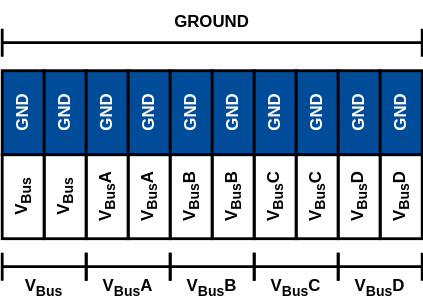
Earlier version of the draw.io export 2_Designunterlagen/stack_pwr.drawio.svg (AUXSPACEeV/AUX-Core). Source tidied: cells renumbered, new cells last; positions are measured from the earlier drawing's top-left corner, leaving out a move shared by most shapes.
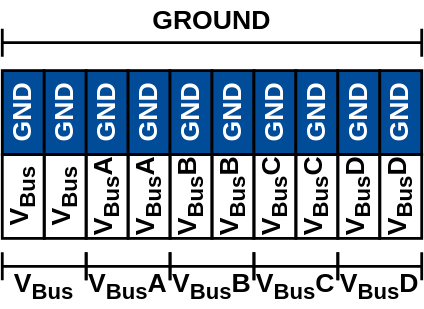
Above is the later version.

The edit, as a diff of the source:
```diff
@@ -2,161 +2,161 @@
   <root>
     <mxCell id="0" />
     <mxCell id="1" parent="0" />
-    <mxCell id="2" style="rounded=0;whiteSpace=wrap;html=1;fillColor=#004C99;strokeColor=#000000;fontColor=#ffffff;strokeWidth=2;" parent="1" vertex="1">
+    <mxCell id="2" style="rounded=0;whiteSpace=wrap;html=1;fillColor=#004C99;strokeColor=#000000;fontColor=#ffffff;strokeWidth=2;fontSize=19;" parent="1" vertex="1">
       <mxGeometry x="15" y="50" width="30" height="60" as="geometry" />
     </mxCell>
-    <mxCell id="3" style="rounded=0;whiteSpace=wrap;html=1;fontStyle=1;strokeWidth=2;fillColor=none;" parent="1" vertex="1">
+    <mxCell id="3" style="rounded=0;whiteSpace=wrap;html=1;fontStyle=1;strokeWidth=2;fillColor=none;fontSize=19;" parent="1" vertex="1">
       <mxGeometry x="15" y="110" width="30" height="60" as="geometry" />
     </mxCell>
-    <mxCell id="4" style="rounded=0;whiteSpace=wrap;html=1;fillColor=#004C99;strokeColor=#000000;fontColor=#ffffff;strokeWidth=2;" parent="1" vertex="1">
+    <mxCell id="4" style="rounded=0;whiteSpace=wrap;html=1;fillColor=#004C99;strokeColor=#000000;fontColor=#ffffff;strokeWidth=2;fontSize=19;" parent="1" vertex="1">
       <mxGeometry x="45" y="50" width="30" height="60" as="geometry" />
     </mxCell>
-    <mxCell id="5" style="rounded=0;whiteSpace=wrap;html=1;fontStyle=1;strokeWidth=2;fillColor=none;" parent="1" vertex="1">
+    <mxCell id="5" style="rounded=0;whiteSpace=wrap;html=1;fontStyle=1;strokeWidth=2;fillColor=none;fontSize=19;" parent="1" vertex="1">
       <mxGeometry x="45" y="110" width="30" height="60" as="geometry" />
     </mxCell>
-    <mxCell id="6" style="rounded=0;whiteSpace=wrap;html=1;fillColor=#004C99;strokeColor=#000000;fontColor=#ffffff;strokeWidth=2;" parent="1" vertex="1">
+    <mxCell id="6" style="rounded=0;whiteSpace=wrap;html=1;fillColor=#004C99;strokeColor=#000000;fontColor=#ffffff;strokeWidth=2;fontSize=19;" parent="1" vertex="1">
       <mxGeometry x="75" y="50" width="30" height="60" as="geometry" />
     </mxCell>
-    <mxCell id="7" style="rounded=0;whiteSpace=wrap;html=1;fontStyle=1;strokeWidth=2;fillColor=none;" parent="1" vertex="1">
+    <mxCell id="7" style="rounded=0;whiteSpace=wrap;html=1;fontStyle=1;strokeWidth=2;fillColor=none;fontSize=19;" parent="1" vertex="1">
       <mxGeometry x="75" y="110" width="30" height="60" as="geometry" />
     </mxCell>
-    <mxCell id="8" style="rounded=0;whiteSpace=wrap;html=1;fillColor=#004C99;strokeColor=#000000;fontColor=#ffffff;strokeWidth=2;" parent="1" vertex="1">
+    <mxCell id="8" style="rounded=0;whiteSpace=wrap;html=1;fillColor=#004C99;strokeColor=#000000;fontColor=#ffffff;strokeWidth=2;fontSize=19;" parent="1" vertex="1">
       <mxGeometry x="105" y="50" width="30" height="60" as="geometry" />
     </mxCell>
-    <mxCell id="9" style="rounded=0;whiteSpace=wrap;html=1;fontStyle=1;strokeWidth=2;fillColor=none;" parent="1" vertex="1">
+    <mxCell id="9" style="rounded=0;whiteSpace=wrap;html=1;fontStyle=1;strokeWidth=2;fillColor=none;fontSize=19;" parent="1" vertex="1">
       <mxGeometry x="105" y="110" width="30" height="60" as="geometry" />
     </mxCell>
-    <mxCell id="10" style="rounded=0;whiteSpace=wrap;html=1;fillColor=#004C99;strokeColor=#000000;fontColor=#ffffff;strokeWidth=2;" parent="1" vertex="1">
+    <mxCell id="10" style="rounded=0;whiteSpace=wrap;html=1;fillColor=#004C99;strokeColor=#000000;fontColor=#ffffff;strokeWidth=2;fontSize=19;" parent="1" vertex="1">
       <mxGeometry x="135" y="50" width="30" height="60" as="geometry" />
     </mxCell>
-    <mxCell id="11" style="rounded=0;whiteSpace=wrap;html=1;fontStyle=1;strokeWidth=2;fillColor=none;" parent="1" vertex="1">
+    <mxCell id="11" style="rounded=0;whiteSpace=wrap;html=1;fontStyle=1;strokeWidth=2;fillColor=none;fontSize=19;" parent="1" vertex="1">
       <mxGeometry x="135" y="110" width="30" height="60" as="geometry" />
     </mxCell>
-    <mxCell id="12" style="rounded=0;whiteSpace=wrap;html=1;fillColor=#004C99;strokeColor=#000000;fontColor=#ffffff;strokeWidth=2;" parent="1" vertex="1">
+    <mxCell id="12" style="rounded=0;whiteSpace=wrap;html=1;fillColor=#004C99;strokeColor=#000000;fontColor=#ffffff;strokeWidth=2;fontSize=19;" parent="1" vertex="1">
       <mxGeometry x="165" y="50" width="30" height="60" as="geometry" />
     </mxCell>
-    <mxCell id="13" style="rounded=0;whiteSpace=wrap;html=1;fontStyle=1;strokeWidth=2;fillColor=none;" parent="1" vertex="1">
+    <mxCell id="13" style="rounded=0;whiteSpace=wrap;html=1;fontStyle=1;strokeWidth=2;fillColor=none;fontSize=19;" parent="1" vertex="1">
       <mxGeometry x="165" y="110" width="30" height="60" as="geometry" />
     </mxCell>
-    <mxCell id="14" style="rounded=0;whiteSpace=wrap;html=1;fillColor=#004C99;strokeColor=#000000;fontColor=#ffffff;strokeWidth=2;" parent="1" vertex="1">
+    <mxCell id="14" style="rounded=0;whiteSpace=wrap;html=1;fillColor=#004C99;strokeColor=#000000;fontColor=#ffffff;strokeWidth=2;fontSize=19;" parent="1" vertex="1">
       <mxGeometry x="195" y="50" width="30" height="60" as="geometry" />
     </mxCell>
-    <mxCell id="15" style="rounded=0;whiteSpace=wrap;html=1;fontStyle=1;strokeWidth=2;fillColor=none;" parent="1" vertex="1">
+    <mxCell id="15" style="rounded=0;whiteSpace=wrap;html=1;fontStyle=1;strokeWidth=2;fillColor=none;fontSize=19;" parent="1" vertex="1">
       <mxGeometry x="195" y="110" width="30" height="60" as="geometry" />
     </mxCell>
-    <mxCell id="16" style="rounded=0;whiteSpace=wrap;html=1;fillColor=#004C99;strokeColor=#000000;fontColor=#ffffff;strokeWidth=2;" parent="1" vertex="1">
+    <mxCell id="16" style="rounded=0;whiteSpace=wrap;html=1;fillColor=#004C99;strokeColor=#000000;fontColor=#ffffff;strokeWidth=2;fontSize=19;" parent="1" vertex="1">
       <mxGeometry x="225" y="50" width="30" height="60" as="geometry" />
     </mxCell>
-    <mxCell id="17" style="rounded=0;whiteSpace=wrap;html=1;fontStyle=1;strokeWidth=2;fillColor=none;" parent="1" vertex="1">
+    <mxCell id="17" style="rounded=0;whiteSpace=wrap;html=1;fontStyle=1;strokeWidth=2;fillColor=none;fontSize=19;" parent="1" vertex="1">
       <mxGeometry x="225" y="110" width="30" height="60" as="geometry" />
     </mxCell>
-    <mxCell id="18" style="rounded=0;whiteSpace=wrap;html=1;fillColor=#004C99;strokeColor=#000000;fontColor=#ffffff;strokeWidth=2;" parent="1" vertex="1">
+    <mxCell id="18" style="rounded=0;whiteSpace=wrap;html=1;fillColor=#004C99;strokeColor=#000000;fontColor=#ffffff;strokeWidth=2;fontSize=19;" parent="1" vertex="1">
       <mxGeometry x="255" y="50" width="30" height="60" as="geometry" />
     </mxCell>
-    <mxCell id="19" style="rounded=0;whiteSpace=wrap;html=1;fontStyle=1;strokeWidth=2;fillColor=none;" parent="1" vertex="1">
+    <mxCell id="19" style="rounded=0;whiteSpace=wrap;html=1;fontStyle=1;strokeWidth=2;fillColor=none;fontSize=19;" parent="1" vertex="1">
       <mxGeometry x="255" y="110" width="30" height="60" as="geometry" />
     </mxCell>
-    <mxCell id="20" style="rounded=0;whiteSpace=wrap;html=1;fillColor=#004C99;strokeColor=#000000;fontColor=#ffffff;strokeWidth=2;" parent="1" vertex="1">
+    <mxCell id="20" style="rounded=0;whiteSpace=wrap;html=1;fillColor=#004C99;strokeColor=#000000;fontColor=#ffffff;strokeWidth=2;fontSize=19;" parent="1" vertex="1">
       <mxGeometry x="285" y="50" width="30" height="60" as="geometry" />
     </mxCell>
-    <mxCell id="21" style="rounded=0;whiteSpace=wrap;html=1;fontStyle=1;strokeWidth=2;fillColor=none;" parent="1" vertex="1">
+    <mxCell id="21" style="rounded=0;whiteSpace=wrap;html=1;fontStyle=1;strokeWidth=2;fillColor=none;fontSize=19;" parent="1" vertex="1">
       <mxGeometry x="285" y="110" width="30" height="60" as="geometry" />
     </mxCell>
-    <mxCell id="22" value="GND" style="text;html=1;whiteSpace=wrap;align=center;verticalAlign=middle;rounded=0;rotation=-90;fontColor=#FFFFFF;fontStyle=1;strokeWidth=2;" parent="1" vertex="1">
+    <mxCell id="22" value="GND" style="text;html=1;whiteSpace=wrap;align=center;verticalAlign=middle;rounded=0;rotation=-90;fontColor=#FFFFFF;fontStyle=1;strokeWidth=2;fontSize=19;" parent="1" vertex="1">
       <mxGeometry y="65" width="60" height="30" as="geometry" />
     </mxCell>
-    <mxCell id="23" value="GND" style="text;html=1;whiteSpace=wrap;align=center;verticalAlign=middle;rounded=0;rotation=-90;fontColor=#FFFFFF;fontStyle=1;strokeWidth=2;" parent="1" vertex="1">
+    <mxCell id="23" value="GND" style="text;html=1;whiteSpace=wrap;align=center;verticalAlign=middle;rounded=0;rotation=-90;fontColor=#FFFFFF;fontStyle=1;strokeWidth=2;fontSize=19;" parent="1" vertex="1">
       <mxGeometry x="30" y="65" width="60" height="30" as="geometry" />
     </mxCell>
-    <mxCell id="24" value="GND" style="text;html=1;whiteSpace=wrap;align=center;verticalAlign=middle;rounded=0;rotation=-90;fontColor=#FFFFFF;fontStyle=1;strokeWidth=2;" parent="1" vertex="1">
+    <mxCell id="24" value="GND" style="text;html=1;whiteSpace=wrap;align=center;verticalAlign=middle;rounded=0;rotation=-90;fontColor=#FFFFFF;fontStyle=1;strokeWidth=2;fontSize=19;" parent="1" vertex="1">
       <mxGeometry x="60" y="65" width="60" height="30" as="geometry" />
     </mxCell>
-    <mxCell id="25" value="GND" style="text;html=1;whiteSpace=wrap;align=center;verticalAlign=middle;rounded=0;rotation=-90;fontColor=#FFFFFF;fontStyle=1;strokeWidth=2;" parent="1" vertex="1">
+    <mxCell id="25" value="GND" style="text;html=1;whiteSpace=wrap;align=center;verticalAlign=middle;rounded=0;rotation=-90;fontColor=#FFFFFF;fontStyle=1;strokeWidth=2;fontSize=19;" parent="1" vertex="1">
       <mxGeometry x="90" y="65" width="60" height="30" as="geometry" />
     </mxCell>
-    <mxCell id="26" value="GND" style="text;html=1;whiteSpace=wrap;align=center;verticalAlign=middle;rounded=0;rotation=-90;fontColor=#FFFFFF;fontStyle=1;strokeWidth=2;" parent="1" vertex="1">
+    <mxCell id="26" value="GND" style="text;html=1;whiteSpace=wrap;align=center;verticalAlign=middle;rounded=0;rotation=-90;fontColor=#FFFFFF;fontStyle=1;strokeWidth=2;fontSize=19;" parent="1" vertex="1">
       <mxGeometry x="120" y="65" width="60" height="30" as="geometry" />
     </mxCell>
-    <mxCell id="27" value="GND" style="text;html=1;whiteSpace=wrap;align=center;verticalAlign=middle;rounded=0;rotation=-90;fontColor=#FFFFFF;fontStyle=1;strokeWidth=2;" parent="1" vertex="1">
+    <mxCell id="27" value="GND" style="text;html=1;whiteSpace=wrap;align=center;verticalAlign=middle;rounded=0;rotation=-90;fontColor=#FFFFFF;fontStyle=1;strokeWidth=2;fontSize=19;" parent="1" vertex="1">
       <mxGeometry x="150" y="65" width="60" height="30" as="geometry" />
     </mxCell>
-    <mxCell id="28" value="GND" style="text;html=1;whiteSpace=wrap;align=center;verticalAlign=middle;rounded=0;rotation=-90;fontColor=#FFFFFF;fontStyle=1;strokeWidth=2;" parent="1" vertex="1">
+    <mxCell id="28" value="GND" style="text;html=1;whiteSpace=wrap;align=center;verticalAlign=middle;rounded=0;rotation=-90;fontColor=#FFFFFF;fontStyle=1;strokeWidth=2;fontSize=19;" parent="1" vertex="1">
       <mxGeometry x="180" y="65" width="60" height="30" as="geometry" />
     </mxCell>
-    <mxCell id="29" value="GND" style="text;html=1;whiteSpace=wrap;align=center;verticalAlign=middle;rounded=0;rotation=-90;fontColor=#FFFFFF;fontStyle=1;strokeWidth=2;" parent="1" vertex="1">
+    <mxCell id="29" value="GND" style="text;html=1;whiteSpace=wrap;align=center;verticalAlign=middle;rounded=0;rotation=-90;fontColor=#FFFFFF;fontStyle=1;strokeWidth=2;fontSize=19;" parent="1" vertex="1">
       <mxGeometry x="210" y="65" width="60" height="30" as="geometry" />
     </mxCell>
-    <mxCell id="30" value="GND" style="text;html=1;whiteSpace=wrap;align=center;verticalAlign=middle;rounded=0;rotation=-90;fontColor=#FFFFFF;fontStyle=1;strokeWidth=2;" parent="1" vertex="1">
+    <mxCell id="30" value="GND" style="text;html=1;whiteSpace=wrap;align=center;verticalAlign=middle;rounded=0;rotation=-90;fontColor=#FFFFFF;fontStyle=1;strokeWidth=2;fontSize=19;" parent="1" vertex="1">
       <mxGeometry x="240" y="65" width="60" height="30" as="geometry" />
     </mxCell>
-    <mxCell id="31" value="GND" style="text;html=1;whiteSpace=wrap;align=center;verticalAlign=middle;rounded=0;rotation=-90;fontColor=#FFFFFF;fontStyle=1;strokeWidth=2;" parent="1" vertex="1">
+    <mxCell id="31" value="GND" style="text;html=1;whiteSpace=wrap;align=center;verticalAlign=middle;rounded=0;rotation=-90;fontColor=#FFFFFF;fontStyle=1;strokeWidth=2;fontSize=19;" parent="1" vertex="1">
       <mxGeometry x="270" y="65" width="60" height="30" as="geometry" />
     </mxCell>
-    <mxCell id="32" value="V&lt;sub&gt;Bus&lt;/sub&gt;" style="text;html=1;whiteSpace=wrap;align=center;verticalAlign=middle;rounded=0;rotation=-90;fontColor=#000000;fontStyle=1;strokeWidth=2;" parent="1" vertex="1">
+    <mxCell id="32" value="V&lt;sub&gt;Bus&lt;/sub&gt;" style="text;html=1;whiteSpace=wrap;align=center;verticalAlign=middle;rounded=0;rotation=-90;fontColor=#000000;fontStyle=1;strokeWidth=2;fontSize=19;" parent="1" vertex="1">
       <mxGeometry y="125" width="60" height="30" as="geometry" />
     </mxCell>
-    <mxCell id="33" value="V&lt;sub&gt;Bus&lt;/sub&gt;" style="text;html=1;whiteSpace=wrap;align=center;verticalAlign=middle;rounded=0;rotation=-90;fontColor=#000000;fontStyle=1;strokeWidth=2;" parent="1" vertex="1">
+    <mxCell id="33" value="V&lt;sub&gt;Bus&lt;/sub&gt;" style="text;html=1;whiteSpace=wrap;align=center;verticalAlign=middle;rounded=0;rotation=-90;fontColor=#000000;fontStyle=1;strokeWidth=2;fontSize=19;" parent="1" vertex="1">
       <mxGeometry x="30" y="125" width="60" height="30" as="geometry" />
     </mxCell>
-    <mxCell id="34" value="V&lt;sub&gt;Bus&lt;/sub&gt;A" style="text;html=1;whiteSpace=wrap;align=center;verticalAlign=middle;rounded=0;rotation=-90;fontColor=#000000;fontStyle=1;strokeWidth=2;" parent="1" vertex="1">
+    <mxCell id="34" value="V&lt;sub&gt;Bus&lt;/sub&gt;A" style="text;html=1;whiteSpace=wrap;align=center;verticalAlign=middle;rounded=0;rotation=-90;fontColor=#000000;fontStyle=1;strokeWidth=2;fontSize=19;" parent="1" vertex="1">
       <mxGeometry x="60" y="125" width="60" height="30" as="geometry" />
     </mxCell>
-    <mxCell id="35" value="V&lt;sub&gt;Bus&lt;/sub&gt;A" style="text;html=1;whiteSpace=wrap;align=center;verticalAlign=middle;rounded=0;rotation=-90;fontColor=#000000;fontStyle=1;strokeWidth=2;" parent="1" vertex="1">
+    <mxCell id="35" value="V&lt;sub&gt;Bus&lt;/sub&gt;A" style="text;html=1;whiteSpace=wrap;align=center;verticalAlign=middle;rounded=0;rotation=-90;fontColor=#000000;fontStyle=1;strokeWidth=2;fontSize=19;" parent="1" vertex="1">
       <mxGeometry x="90" y="125" width="60" height="30" as="geometry" />
     </mxCell>
-    <mxCell id="36" value="V&lt;sub&gt;Bus&lt;/sub&gt;B" style="text;html=1;whiteSpace=wrap;align=center;verticalAlign=middle;rounded=0;rotation=-90;fontColor=#000000;fontStyle=1;strokeWidth=2;" parent="1" vertex="1">
+    <mxCell id="36" value="V&lt;sub&gt;Bus&lt;/sub&gt;B" style="text;html=1;whiteSpace=wrap;align=center;verticalAlign=middle;rounded=0;rotation=-90;fontColor=#000000;fontStyle=1;strokeWidth=2;fontSize=19;" parent="1" vertex="1">
       <mxGeometry x="120" y="125" width="60" height="30" as="geometry" />
     </mxCell>
-    <mxCell id="37" value="V&lt;sub&gt;Bus&lt;/sub&gt;B" style="text;html=1;whiteSpace=wrap;align=center;verticalAlign=middle;rounded=0;rotation=-90;fontColor=#000000;fontStyle=1;strokeWidth=2;" parent="1" vertex="1">
+    <mxCell id="37" value="V&lt;sub&gt;Bus&lt;/sub&gt;B" style="text;html=1;whiteSpace=wrap;align=center;verticalAlign=middle;rounded=0;rotation=-90;fontColor=#000000;fontStyle=1;strokeWidth=2;fontSize=19;" parent="1" vertex="1">
       <mxGeometry x="150" y="125" width="60" height="30" as="geometry" />
     </mxCell>
-    <mxCell id="38" value="V&lt;sub&gt;Bus&lt;/sub&gt;C" style="text;html=1;whiteSpace=wrap;align=center;verticalAlign=middle;rounded=0;rotation=-90;fontColor=#000000;fontStyle=1;strokeWidth=2;" parent="1" vertex="1">
+    <mxCell id="38" value="V&lt;sub&gt;Bus&lt;/sub&gt;C" style="text;html=1;whiteSpace=wrap;align=center;verticalAlign=middle;rounded=0;rotation=-90;fontColor=#000000;fontStyle=1;strokeWidth=2;fontSize=19;" parent="1" vertex="1">
       <mxGeometry x="180" y="125" width="60" height="30" as="geometry" />
     </mxCell>
-    <mxCell id="39" value="V&lt;sub&gt;Bus&lt;/sub&gt;C" style="text;html=1;whiteSpace=wrap;align=center;verticalAlign=middle;rounded=0;rotation=-90;fontColor=#000000;fontStyle=1;strokeWidth=2;" parent="1" vertex="1">
+    <mxCell id="39" value="V&lt;sub&gt;Bus&lt;/sub&gt;C" style="text;html=1;whiteSpace=wrap;align=center;verticalAlign=middle;rounded=0;rotation=-90;fontColor=#000000;fontStyle=1;strokeWidth=2;fontSize=19;" parent="1" vertex="1">
       <mxGeometry x="210" y="125" width="60" height="30" as="geometry" />
     </mxCell>
-    <mxCell id="40" value="V&lt;sub&gt;Bus&lt;/sub&gt;D" style="text;html=1;whiteSpace=wrap;align=center;verticalAlign=middle;rounded=0;rotation=-90;fontColor=#000000;fontStyle=1;strokeWidth=2;" parent="1" vertex="1">
+    <mxCell id="40" value="V&lt;sub&gt;Bus&lt;/sub&gt;D" style="text;html=1;whiteSpace=wrap;align=center;verticalAlign=middle;rounded=0;rotation=-90;fontColor=#000000;fontStyle=1;strokeWidth=2;fontSize=19;" parent="1" vertex="1">
       <mxGeometry x="240" y="125" width="60" height="30" as="geometry" />
     </mxCell>
-    <mxCell id="41" value="V&lt;sub&gt;Bus&lt;/sub&gt;D" style="text;html=1;whiteSpace=wrap;align=center;verticalAlign=middle;rounded=0;rotation=-90;fontColor=#000000;fontStyle=1;strokeWidth=2;" parent="1" vertex="1">
+    <mxCell id="41" value="V&lt;sub&gt;Bus&lt;/sub&gt;D" style="text;html=1;whiteSpace=wrap;align=center;verticalAlign=middle;rounded=0;rotation=-90;fontColor=#000000;fontStyle=1;strokeWidth=2;fontSize=19;" parent="1" vertex="1">
       <mxGeometry x="270" y="125" width="60" height="30" as="geometry" />
     </mxCell>
-    <mxCell id="42" style="shape=crossbar;whiteSpace=wrap;html=1;rounded=1;strokeWidth=2;" parent="1" vertex="1">
+    <mxCell id="42" style="shape=crossbar;whiteSpace=wrap;html=1;rounded=1;strokeWidth=2;fontSize=19;" parent="1" vertex="1">
       <mxGeometry x="15" y="180" width="60" height="20" as="geometry" />
     </mxCell>
-    <mxCell id="43" style="shape=crossbar;whiteSpace=wrap;html=1;rounded=1;strokeWidth=2;" parent="1" vertex="1">
+    <mxCell id="43" style="shape=crossbar;whiteSpace=wrap;html=1;rounded=1;strokeWidth=2;fontSize=19;" parent="1" vertex="1">
       <mxGeometry x="75" y="180" width="60" height="20" as="geometry" />
     </mxCell>
-    <mxCell id="44" style="shape=crossbar;whiteSpace=wrap;html=1;rounded=1;strokeWidth=2;" parent="1" vertex="1">
+    <mxCell id="44" style="shape=crossbar;whiteSpace=wrap;html=1;rounded=1;strokeWidth=2;fontSize=19;" parent="1" vertex="1">
       <mxGeometry x="135" y="180" width="60" height="20" as="geometry" />
     </mxCell>
-    <mxCell id="45" style="shape=crossbar;whiteSpace=wrap;html=1;rounded=1;strokeWidth=2;" parent="1" vertex="1">
+    <mxCell id="45" style="shape=crossbar;whiteSpace=wrap;html=1;rounded=1;strokeWidth=2;fontSize=19;" parent="1" vertex="1">
       <mxGeometry x="195" y="180" width="60" height="20" as="geometry" />
     </mxCell>
-    <mxCell id="46" style="shape=crossbar;whiteSpace=wrap;html=1;rounded=1;strokeWidth=2;" parent="1" vertex="1">
+    <mxCell id="46" style="shape=crossbar;whiteSpace=wrap;html=1;rounded=1;strokeWidth=2;fontSize=19;" parent="1" vertex="1">
       <mxGeometry x="255" y="180" width="60" height="20" as="geometry" />
     </mxCell>
-    <mxCell id="47" style="shape=crossbar;whiteSpace=wrap;html=1;rounded=1;strokeWidth=2;" parent="1" vertex="1">
+    <mxCell id="47" style="shape=crossbar;whiteSpace=wrap;html=1;rounded=1;strokeWidth=2;fontSize=19;" parent="1" vertex="1">
       <mxGeometry x="15" y="20" width="300" height="20" as="geometry" />
     </mxCell>
-    <mxCell id="48" value="V&lt;sub&gt;Bus&lt;/sub&gt;" style="text;html=1;whiteSpace=wrap;align=center;verticalAlign=middle;rounded=0;rotation=0;fontColor=#000000;fontStyle=1;strokeWidth=2;" parent="1" vertex="1">
+    <mxCell id="48" value="V&lt;sub&gt;Bus&lt;/sub&gt;" style="text;html=1;whiteSpace=wrap;align=center;verticalAlign=middle;rounded=0;rotation=0;fontColor=#000000;fontStyle=1;strokeWidth=2;fontSize=19;" parent="1" vertex="1">
       <mxGeometry x="15" y="190" width="60" height="30" as="geometry" />
     </mxCell>
-    <mxCell id="49" value="V&lt;sub&gt;Bus&lt;/sub&gt;A" style="text;html=1;whiteSpace=wrap;align=center;verticalAlign=middle;rounded=0;rotation=0;fontColor=#000000;fontStyle=1;strokeWidth=2;" parent="1" vertex="1">
+    <mxCell id="49" value="V&lt;sub&gt;Bus&lt;/sub&gt;A" style="text;html=1;whiteSpace=wrap;align=center;verticalAlign=middle;rounded=0;rotation=0;fontColor=#000000;fontStyle=1;strokeWidth=2;fontSize=19;" parent="1" vertex="1">
       <mxGeometry x="75" y="190" width="60" height="30" as="geometry" />
     </mxCell>
-    <mxCell id="50" value="V&lt;sub&gt;Bus&lt;/sub&gt;B" style="text;html=1;whiteSpace=wrap;align=center;verticalAlign=middle;rounded=0;rotation=0;fontColor=#000000;fontStyle=1;strokeWidth=2;" parent="1" vertex="1">
+    <mxCell id="50" value="V&lt;sub&gt;Bus&lt;/sub&gt;B" style="text;html=1;whiteSpace=wrap;align=center;verticalAlign=middle;rounded=0;rotation=0;fontColor=#000000;fontStyle=1;strokeWidth=2;fontSize=19;" parent="1" vertex="1">
       <mxGeometry x="135" y="190" width="60" height="30" as="geometry" />
     </mxCell>
-    <mxCell id="51" value="V&lt;sub&gt;Bus&lt;/sub&gt;C" style="text;html=1;whiteSpace=wrap;align=center;verticalAlign=middle;rounded=0;rotation=0;fontColor=#000000;fontStyle=1;strokeWidth=2;" parent="1" vertex="1">
+    <mxCell id="51" value="V&lt;sub&gt;Bus&lt;/sub&gt;C" style="text;html=1;whiteSpace=wrap;align=center;verticalAlign=middle;rounded=0;rotation=0;fontColor=#000000;fontStyle=1;strokeWidth=2;fontSize=19;" parent="1" vertex="1">
       <mxGeometry x="195" y="190" width="60" height="30" as="geometry" />
     </mxCell>
-    <mxCell id="52" value="V&lt;sub&gt;Bus&lt;/sub&gt;D" style="text;html=1;whiteSpace=wrap;align=center;verticalAlign=middle;rounded=0;rotation=0;fontColor=#000000;fontStyle=1;strokeWidth=2;" parent="1" vertex="1">
+    <mxCell id="52" value="V&lt;sub&gt;Bus&lt;/sub&gt;D" style="text;html=1;whiteSpace=wrap;align=center;verticalAlign=middle;rounded=0;rotation=0;fontColor=#000000;fontStyle=1;strokeWidth=2;fontSize=19;" parent="1" vertex="1">
       <mxGeometry x="255" y="190" width="60" height="30" as="geometry" />
     </mxCell>
-    <mxCell id="53" value="GROUND" style="text;html=1;whiteSpace=wrap;align=center;verticalAlign=middle;rounded=0;rotation=0;fontColor=#000000;fontStyle=1;strokeWidth=2;" parent="1" vertex="1">
-      <mxGeometry x="135" width="60" height="30" as="geometry" />
+    <mxCell id="53" value="GROUND" style="text;html=1;whiteSpace=wrap;align=center;verticalAlign=middle;rounded=0;rotation=0;fontColor=#000000;fontStyle=1;strokeWidth=2;fontSize=19;" parent="1" vertex="1">
+      <mxGeometry x="105" width="120" height="30" as="geometry" />
     </mxCell>
   </root>
 </mxGraphModel>
```
